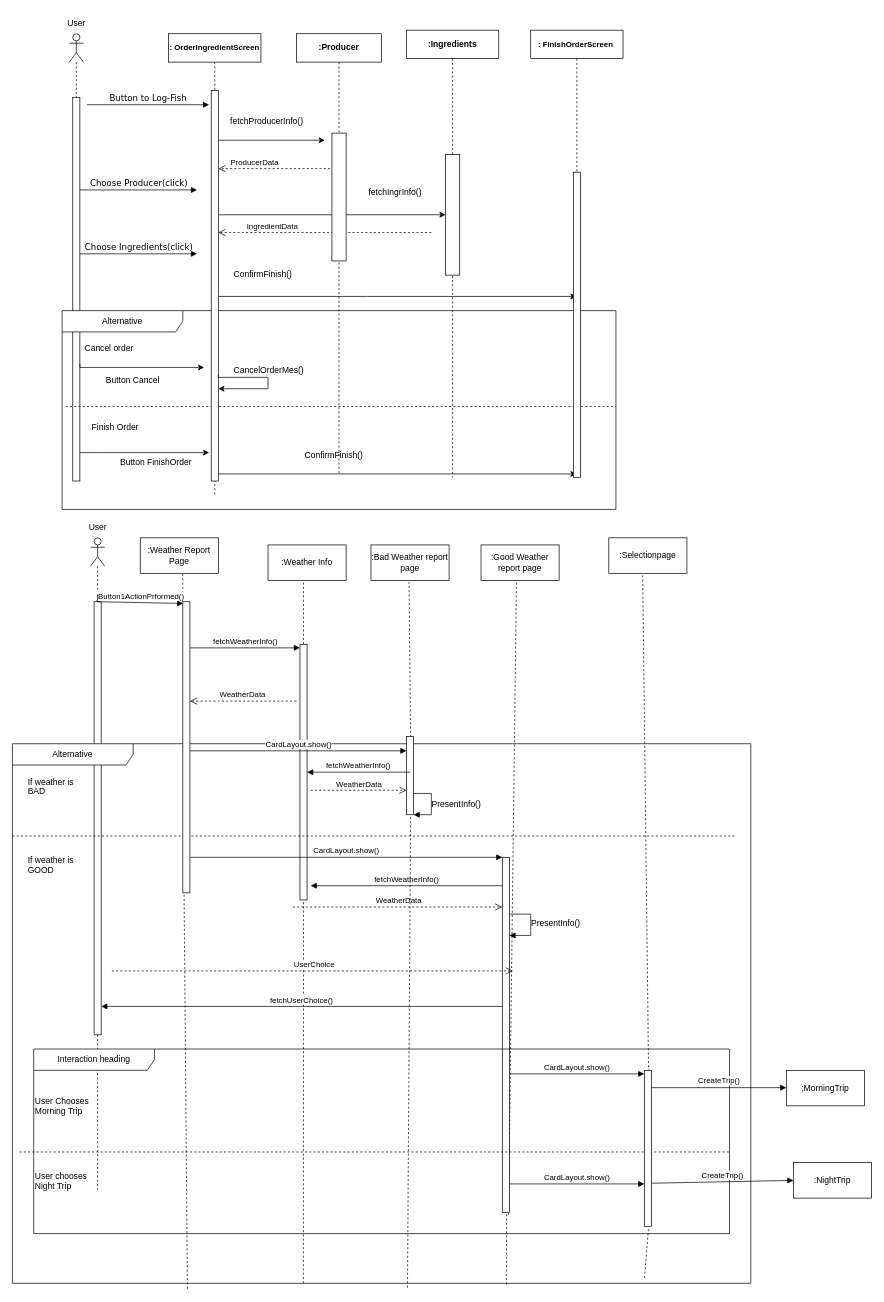
Earlier version of the draw.io diagram Delivarable3/SequenceDiagram/Untitled Diagram.drawio (TMCEID/SoftEngFishApp). Source tidied: cells renumbered, new cells numbered last; positions are measured from the earlier drawing's top-left corner, leaving out a move shared by most shapes. Both pictures are drawn from the tidied source at 71%, with x=0, y=0 at pixel (12, 12).
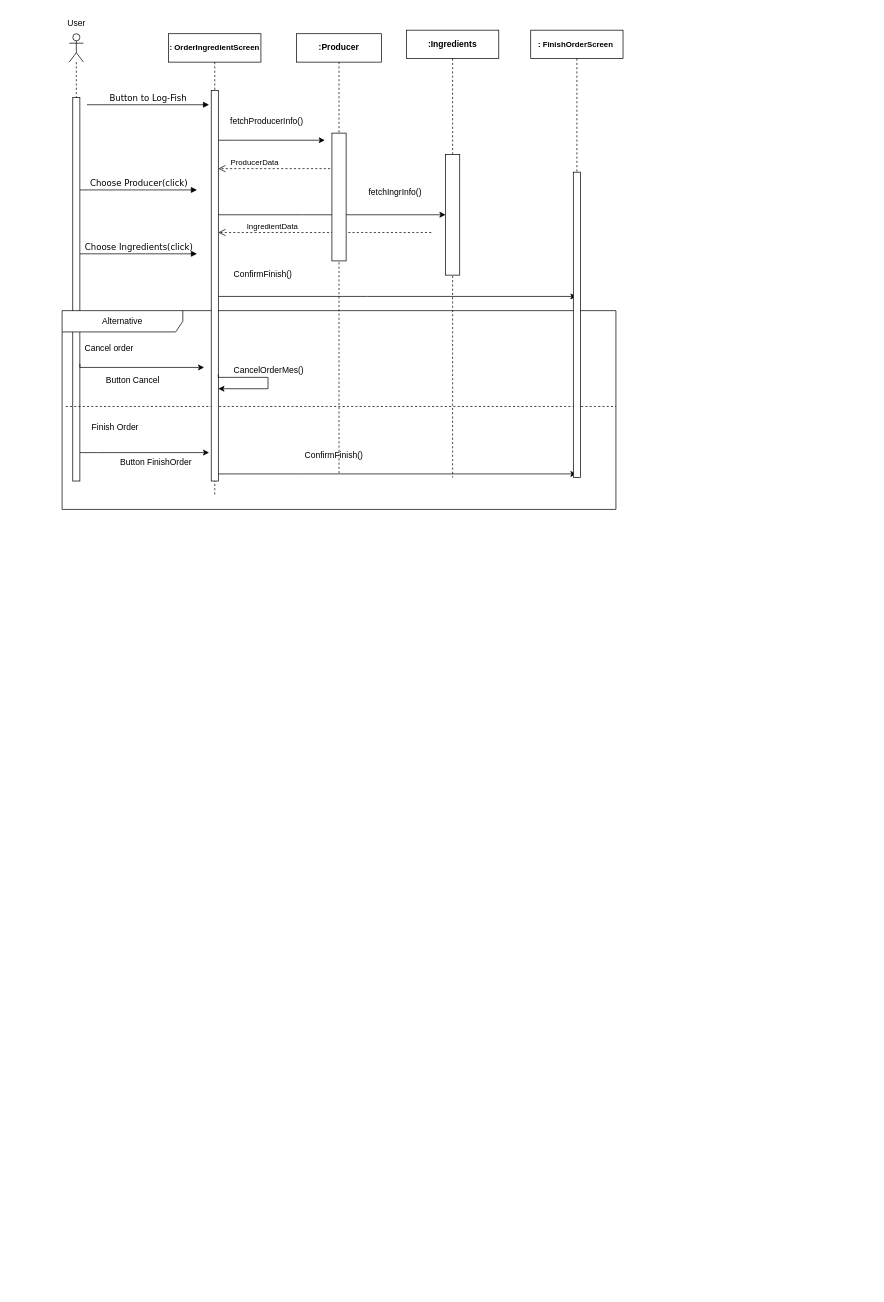
After the change.

Commit message:
Kostas: Order ingredients Done

Change to the diagram source:
```diff
@@
-    <mxCell id="3" style="shape=umlLifeline;perimeter=lifelinePerimeter;whiteSpace=wrap;html=1;newEdgeStyle={&quot;curved&quot;:0,&quot;rounded&quot;:0};participant=umlActor;" parent="1" vertex="1">
-      <mxGeometry x="110" y="740" width="20" height="920" as="geometry" />
-    </mxCell>
-    <mxCell id="4" style="html=1;perimeter=orthogonalPerimeter;targetShapes=umlLifeline;newEdgeStyle={&quot;curved&quot;:0,&quot;rounded&quot;:0};" parent="3" vertex="1">
-      <mxGeometry x="5" y="90" width="10" height="610" as="geometry" />
-    </mxCell>
-    <mxCell id="5" value="User" style="text;html=1;align=center;verticalAlign=middle;strokeColor=none;fillColor=none;" parent="1" vertex="1">
-      <mxGeometry x="95" y="710" width="50" height="30" as="geometry" />
-    </mxCell>
-    <mxCell id="6" style="html=1;verticalAlign=bottom;endArrow=none;dashed=1;labelBackgroundColor=none;fontFamily=Verdana;fontSize=12;elbow=vertical;startFill=0;entryX=0.545;entryY=1;entryDx=0;entryDy=0;entryPerimeter=0;" parent="1" edge="1" source="36" target="78">
-      <mxGeometry relative="1" as="geometry" />
-    </mxCell>
-    <mxCell id="7" style="html=1;verticalAlign=bottom;endArrow=none;dashed=1;labelBackgroundColor=none;fontFamily=Verdana;fontSize=12;elbow=vertical;startFill=0;entryX=0.586;entryY=1.027;entryDx=0;entryDy=0;entryPerimeter=0;exitX=0.691;exitY=0.988;exitDx=0;exitDy=0;exitPerimeter=0;" parent="1" edge="1" source="38">
-      <mxGeometry relative="1" as="geometry">
-        <mxPoint x="558.6" y="802.2" as="targetPoint" />
-      </mxGeometry>
-    </mxCell>
-    <mxCell id="8" style="html=1;verticalAlign=bottom;endArrow=none;dashed=1;labelBackgroundColor=none;fontFamily=Verdana;fontSize=12;elbow=vertical;startFill=0;entryX=0.577;entryY=1.016;entryDx=0;entryDy=0;entryPerimeter=0;exitX=0.856;exitY=0.99;exitDx=0;exitDy=0;exitPerimeter=0;" parent="1" edge="1" source="52">
-      <mxGeometry relative="1" as="geometry">
-        <mxPoint x="887.7" y="791.3" as="targetPoint" />
-      </mxGeometry>
-    </mxCell>
-    <mxCell id="9" style="html=1;verticalAlign=bottom;endArrow=none;dashed=1;labelBackgroundColor=none;fontFamily=Verdana;fontSize=12;elbow=vertical;startFill=0;entryX=0.6;entryY=1;entryDx=0;entryDy=0;entryPerimeter=0;exitX=0.877;exitY=1.008;exitDx=0;exitDy=0;exitPerimeter=0;" parent="1" edge="1" source="21">
-      <mxGeometry relative="1" as="geometry">
-        <mxPoint x="710" y="790" as="targetPoint" />
-      </mxGeometry>
-    </mxCell>
-    <mxCell id="10" value="jButton1ActionPrformed()" style="html=1;verticalAlign=bottom;endArrow=block;curved=0;rounded=0;entryX=0.064;entryY=0.006;entryDx=0;entryDy=0;entryPerimeter=0;" parent="1" edge="1" target="36">
-      <mxGeometry relative="1" as="geometry">
-        <mxPoint x="120" y="830" as="sourcePoint" />
-      </mxGeometry>
-    </mxCell>
-    <mxCell id="11" style="html=1;verticalAlign=bottom;endArrow=none;dashed=1;labelBackgroundColor=none;fontFamily=Verdana;fontSize=12;elbow=vertical;startFill=0;entryX=0.5;entryY=1;entryDx=0;entryDy=0;" parent="1" edge="1" source="13">
-      <mxGeometry relative="1" as="geometry">
-        <mxPoint x="410" y="800" as="targetPoint" />
-      </mxGeometry>
-    </mxCell>
-    <mxCell id="12" style="html=1;verticalAlign=bottom;endArrow=none;dashed=1;labelBackgroundColor=none;fontFamily=Verdana;fontSize=12;elbow=vertical;startFill=0;entryX=0.5;entryY=1;entryDx=0;entryDy=0;exitX=0.394;exitY=1;exitDx=0;exitDy=0;exitPerimeter=0;" parent="1" edge="1" source="16" target="13">
-      <mxGeometry relative="1" as="geometry" />
-    </mxCell>
-    <mxCell id="13" style="html=1;points=[[0,0,0,0,5],[0,1,0,0,-5],[1,0,0,0,5],[1,1,0,0,-5]];perimeter=orthogonalPerimeter;outlineConnect=0;targetShapes=umlLifeline;portConstraint=eastwest;newEdgeStyle={&quot;curved&quot;:0,&quot;rounded&quot;:0};" parent="1" vertex="1">
-      <mxGeometry x="405" y="890" width="10" height="360" as="geometry" />
-    </mxCell>
-    <mxCell id="14" value="fetchWeatherInfo()" style="html=1;verticalAlign=bottom;endArrow=block;curved=0;rounded=0;entryX=0;entryY=0;entryDx=0;entryDy=5;entryPerimeter=0;" parent="1" edge="1" source="36" target="13">
-      <mxGeometry relative="1" as="geometry" />
-    </mxCell>
-    <mxCell id="15" value="WeatherData" style="html=1;verticalAlign=bottom;endArrow=open;dashed=1;endSize=8;curved=0;rounded=0;" parent="1" edge="1" target="36">
-      <mxGeometry x="0.01" relative="1" as="geometry">
-        <mxPoint x="400" y="970" as="sourcePoint" />
-      </mxGeometry>
-    </mxCell>
-    <mxCell id="16" value="Alternative" style="shape=umlFrame;whiteSpace=wrap;html=1;width=170;" parent="1" vertex="1">
-      <mxGeometry y="1030" width="1040" height="760" as="geometry" />
-    </mxCell>
-    <mxCell id="17" value="&lt;div&gt;If weather is&amp;nbsp;&lt;/div&gt;&lt;div&gt;BAD&lt;/div&gt;" style="text;html=1;" parent="16" vertex="1">
-      <mxGeometry width="100" height="20" relative="1" as="geometry">
-        <mxPoint x="20" y="40" as="offset" />
-      </mxGeometry>
-    </mxCell>
-    <mxCell id="18" value="&lt;div&gt;If weather is &lt;br&gt;&lt;/div&gt;&lt;div&gt;GOOD&lt;/div&gt;" style="line;strokeWidth=1;dashed=1;labelPosition=center;verticalLabelPosition=bottom;align=left;verticalAlign=top;spacingLeft=20;spacingTop=15;html=1;whiteSpace=wrap;" parent="16" vertex="1">
-      <mxGeometry y="125" width="1020" height="10" as="geometry" />
-    </mxCell>
-    <mxCell id="19" style="html=1;verticalAlign=bottom;endArrow=none;dashed=1;labelBackgroundColor=none;fontFamily=Verdana;fontSize=12;elbow=vertical;startFill=0;exitX=0.237;exitY=1.01;exitDx=0;exitDy=0;exitPerimeter=0;entryX=1;entryY=1;entryDx=0;entryDy=-5;entryPerimeter=0;" parent="16" edge="1" source="16">
-      <mxGeometry relative="1" as="geometry">
-        <mxPoint x="241.7" y="202" as="targetPoint" />
-      </mxGeometry>
-    </mxCell>
-    <mxCell id="20" value="CardLayout.show()" style="html=1;verticalAlign=bottom;endArrow=block;curved=0;rounded=0;" parent="16" edge="1" source="36" target="21">
-      <mxGeometry relative="1" as="geometry" />
-    </mxCell>
-    <mxCell id="21" style="html=1;points=[[0,0,0,0,5],[0,1,0,0,-5],[1,0,0,0,5],[1,1,0,0,-5]];perimeter=orthogonalPerimeter;outlineConnect=0;targetShapes=umlLifeline;portConstraint=eastwest;newEdgeStyle={&quot;curved&quot;:0,&quot;rounded&quot;:0};" parent="16" vertex="1">
-      <mxGeometry x="690" y="160" width="10" height="500" as="geometry" />
-    </mxCell>
-    <mxCell id="22" style="html=1;verticalAlign=bottom;endArrow=none;dashed=1;labelBackgroundColor=none;fontFamily=Verdana;fontSize=12;elbow=vertical;startFill=0;entryX=0.6;entryY=1;entryDx=0;entryDy=0;entryPerimeter=0;exitX=0.669;exitY=1.002;exitDx=0;exitDy=0;exitPerimeter=0;" parent="16" edge="1" source="16" target="21">
-      <mxGeometry relative="1" as="geometry" />
-    </mxCell>
-    <mxCell id="23" style="html=1;align=left;spacingLeft=2;endArrow=block;rounded=0;edgeStyle=orthogonalEdgeStyle;curved=0;rounded=0;" parent="16" edge="1">
-      <mxGeometry relative="1" as="geometry">
-        <mxPoint x="560" y="70" as="sourcePoint" />
-        <mxPoint x="565" y="100" as="targetPoint" />
-        <Array as="points">
-          <mxPoint x="590" y="100" />
-        </Array>
-      </mxGeometry>
-    </mxCell>
-    <mxCell id="24" value="PresentInfo()" style="text;html=1;align=center;verticalAlign=middle;strokeColor=none;fillColor=none;" parent="16" vertex="1">
-      <mxGeometry x="580" y="70" width="90" height="30" as="geometry" />
-    </mxCell>
-    <mxCell id="25" style="html=1;align=left;spacingLeft=2;endArrow=block;rounded=0;edgeStyle=orthogonalEdgeStyle;curved=0;rounded=0;" parent="16" edge="1" target="21">
-      <mxGeometry relative="1" as="geometry">
-        <mxPoint x="700" y="240" as="sourcePoint" />
-        <Array as="points">
-          <mxPoint x="730" y="240" />
-          <mxPoint x="730" y="270" />
-        </Array>
-      </mxGeometry>
-    </mxCell>
-    <mxCell id="26" value="WeatherData" style="html=1;verticalAlign=bottom;endArrow=open;dashed=1;endSize=8;curved=0;rounded=0;exitX=1;exitY=1;exitDx=0;exitDy=-5;exitPerimeter=0;" parent="16" edge="1">
-      <mxGeometry x="0.01" relative="1" as="geometry">
-        <mxPoint x="395" y="230" as="sourcePoint" />
-        <mxPoint x="690" y="230" as="targetPoint" />
-      </mxGeometry>
-    </mxCell>
-    <mxCell id="27" value="fetchWeatherInfo()" style="html=1;verticalAlign=bottom;endArrow=block;curved=0;rounded=0;" parent="16" edge="1">
-      <mxGeometry relative="1" as="geometry">
-        <mxPoint x="690" y="200" as="sourcePoint" />
-        <mxPoint x="420" y="200" as="targetPoint" />
-      </mxGeometry>
-    </mxCell>
-    <mxCell id="28" value="PresentInfo()" style="text;html=1;align=center;verticalAlign=middle;strokeColor=none;fillColor=none;" parent="16" vertex="1">
-      <mxGeometry x="720" y="238" width="90" height="30" as="geometry" />
-    </mxCell>
-    <mxCell id="29" value="Interaction heading" style="shape=umlFrame;whiteSpace=wrap;html=1;width=170;" parent="16" vertex="1">
-      <mxGeometry x="30" y="430" width="980" height="260" as="geometry" />
-    </mxCell>
-    <mxCell id="30" value="&lt;div&gt;User Chooses&lt;/div&gt;&lt;div&gt;Morning Trip&lt;/div&gt;" style="text;html=1;" parent="29" vertex="1">
-      <mxGeometry width="100" height="20" relative="1" as="geometry">
-        <mxPoint y="60" as="offset" />
-      </mxGeometry>
-    </mxCell>
-    <mxCell id="31" value="&lt;div&gt;User chooses&amp;nbsp;&lt;/div&gt;&lt;div&gt;Night Trip&lt;/div&gt;" style="line;strokeWidth=1;dashed=1;labelPosition=center;verticalLabelPosition=bottom;align=left;verticalAlign=top;spacingLeft=20;spacingTop=15;html=1;whiteSpace=wrap;" parent="29" vertex="1">
-      <mxGeometry x="-20" y="140" width="1000" height="10" as="geometry" />
-    </mxCell>
-    <mxCell id="32" value="CardLayout.show()" style="html=1;verticalAlign=bottom;endArrow=block;curved=0;rounded=0;entryX=0;entryY=0;entryDx=0;entryDy=5;entryPerimeter=0;" parent="29" edge="1">
-      <mxGeometry relative="1" as="geometry">
-        <mxPoint x="670" y="190" as="sourcePoint" />
-        <mxPoint x="860" y="190" as="targetPoint" />
-      </mxGeometry>
-    </mxCell>
-    <mxCell id="33" value="CreateTrip()" style="html=1;verticalAlign=bottom;endArrow=block;curved=0;rounded=0;entryX=0;entryY=0.5;entryDx=0;entryDy=0;" parent="29" edge="1" target="72">
-      <mxGeometry relative="1" as="geometry">
-        <mxPoint x="870" y="189" as="sourcePoint" />
-      </mxGeometry>
-    </mxCell>
-    <mxCell id="34" value="UserChoice" style="html=1;verticalAlign=bottom;endArrow=open;dashed=1;endSize=8;curved=0;rounded=0;entryX=0;entryY=0.667;entryDx=0;entryDy=0;entryPerimeter=0;" parent="16" edge="1">
-      <mxGeometry x="0.01" relative="1" as="geometry">
-        <mxPoint x="140" y="320" as="sourcePoint" />
-        <mxPoint x="705" y="320" as="targetPoint" />
-      </mxGeometry>
-    </mxCell>
-    <mxCell id="35" value="fetchUserChoice()" style="html=1;verticalAlign=bottom;endArrow=block;curved=0;rounded=0;" parent="16" edge="1">
-      <mxGeometry relative="1" as="geometry">
-        <mxPoint x="690" y="370" as="sourcePoint" />
-        <mxPoint x="125" y="370" as="targetPoint" />
-      </mxGeometry>
-    </mxCell>
-    <mxCell id="36" style="html=1;points=[[0,0,0,0,5],[0,1,0,0,-5],[1,0,0,0,5],[1,1,0,0,-5]];perimeter=orthogonalPerimeter;outlineConnect=0;targetShapes=umlLifeline;portConstraint=eastwest;newEdgeStyle={&quot;curved&quot;:0,&quot;rounded&quot;:0};" parent="16" vertex="1">
-      <mxGeometry x="240" y="-200" width="10" height="410" as="geometry" />
-    </mxCell>
-    <mxCell id="37" style="html=1;verticalAlign=bottom;endArrow=none;dashed=1;labelBackgroundColor=none;fontFamily=Verdana;fontSize=12;elbow=vertical;startFill=0;entryX=0.586;entryY=1.027;entryDx=0;entryDy=0;entryPerimeter=0;exitX=0.535;exitY=1.008;exitDx=0;exitDy=0;exitPerimeter=0;" parent="1" edge="1" source="16" target="38">
-      <mxGeometry relative="1" as="geometry" />
-    </mxCell>
-    <mxCell id="38" style="html=1;points=[[0,0,0,0,5],[0,1,0,0,-5],[1,0,0,0,5],[1,1,0,0,-5]];perimeter=orthogonalPerimeter;outlineConnect=0;targetShapes=umlLifeline;portConstraint=eastwest;newEdgeStyle={&quot;curved&quot;:0,&quot;rounded&quot;:0};" parent="1" vertex="1">
-      <mxGeometry x="555" y="1020" width="10" height="110" as="geometry" />
-    </mxCell>
@@
-    <mxCell id="42" value="fetchWeatherInfo()" style="html=1;verticalAlign=bottom;endArrow=block;curved=0;rounded=0;exitX=0.5;exitY=0.455;exitDx=0;exitDy=0;exitPerimeter=0;" parent="1" edge="1" source="38" target="13">
-      <mxGeometry relative="1" as="geometry" />
-    </mxCell>
-    <mxCell id="43" value="WeatherData" style="html=1;verticalAlign=bottom;endArrow=open;dashed=1;endSize=8;curved=0;rounded=0;exitX=1.5;exitY=0.571;exitDx=0;exitDy=0;exitPerimeter=0;" parent="1" edge="1" source="13" target="38">
-      <mxGeometry x="0.01" relative="1" as="geometry" />
-    </mxCell>
@@
-    <mxCell id="45" value="CardLayout.show()" style="html=1;verticalAlign=bottom;endArrow=block;curved=0;rounded=0;entryX=0;entryY=0.182;entryDx=0;entryDy=0;entryPerimeter=0;" parent="1" edge="1" source="36" target="38">
-      <mxGeometry relative="1" as="geometry" />
-    </mxCell>
@@
-    <mxCell id="50" style="html=1;verticalAlign=bottom;endArrow=none;dashed=1;labelBackgroundColor=none;fontFamily=Verdana;fontSize=12;elbow=vertical;startFill=0;entryX=0.577;entryY=1.016;entryDx=0;entryDy=0;entryPerimeter=0;exitX=0.856;exitY=0.99;exitDx=0;exitDy=0;exitPerimeter=0;" parent="1" edge="1" source="16" target="52">
-      <mxGeometry relative="1" as="geometry" />
-    </mxCell>
@@
-    <mxCell id="52" style="html=1;points=[[0,0,0,0,5],[0,1,0,0,-5],[1,0,0,0,5],[1,1,0,0,-5]];perimeter=orthogonalPerimeter;outlineConnect=0;targetShapes=umlLifeline;portConstraint=eastwest;newEdgeStyle={&quot;curved&quot;:0,&quot;rounded&quot;:0};" parent="1" vertex="1">
-      <mxGeometry x="890" y="1490" width="10" height="220" as="geometry" />
-    </mxCell>
@@
-    <mxCell id="54" value="CardLayout.show()" style="html=1;verticalAlign=bottom;endArrow=block;curved=0;rounded=0;entryX=0;entryY=0;entryDx=0;entryDy=5;entryPerimeter=0;" parent="1" edge="1" source="21" target="52">
-      <mxGeometry relative="1" as="geometry" />
-    </mxCell>
@@
-    <mxCell id="71" value=";MorningTrip" style="html=1;whiteSpace=wrap;" parent="1" vertex="1">
-      <mxGeometry x="1090" y="1490" width="110" height="50" as="geometry" />
-    </mxCell>
-    <mxCell id="72" value=":NightTrip" style="html=1;whiteSpace=wrap;" parent="1" vertex="1">
-      <mxGeometry x="1100" y="1620" width="110" height="50" as="geometry" />
-    </mxCell>
-    <mxCell id="73" value="CreateTrip()" style="html=1;verticalAlign=bottom;endArrow=block;curved=0;rounded=0;entryX=0;entryY=0;entryDx=0;entryDy=5;entryPerimeter=0;" parent="1" edge="1">
-      <mxGeometry relative="1" as="geometry">
-        <mxPoint x="900" y="1514.4" as="sourcePoint" />
-        <mxPoint x="1090" y="1514.4" as="targetPoint" />
-      </mxGeometry>
-    </mxCell>
-    <mxCell id="74" value=":Selectionpage" style="html=1;whiteSpace=wrap;" parent="1" vertex="1">
-      <mxGeometry x="840" y="740" width="110" height="50" as="geometry" />
-    </mxCell>
-    <mxCell id="75" value=":Good Weather report page" style="html=1;whiteSpace=wrap;" parent="1" vertex="1">
-      <mxGeometry x="660" y="750" width="110" height="50" as="geometry" />
-    </mxCell>
-    <mxCell id="76" value=":Bad Weather report page" style="html=1;whiteSpace=wrap;" parent="1" vertex="1">
-      <mxGeometry x="505" y="750" width="110" height="50" as="geometry" />
-    </mxCell>
-    <mxCell id="77" value=":Weather Info" style="html=1;whiteSpace=wrap;" parent="1" vertex="1">
-      <mxGeometry x="360" y="750" width="110" height="50" as="geometry" />
-    </mxCell>
-    <mxCell id="78" value=":Weather Report Page" style="html=1;whiteSpace=wrap;" parent="1" vertex="1">
-      <mxGeometry x="180" y="740" width="110" height="50" as="geometry" />
-    </mxCell>
```
